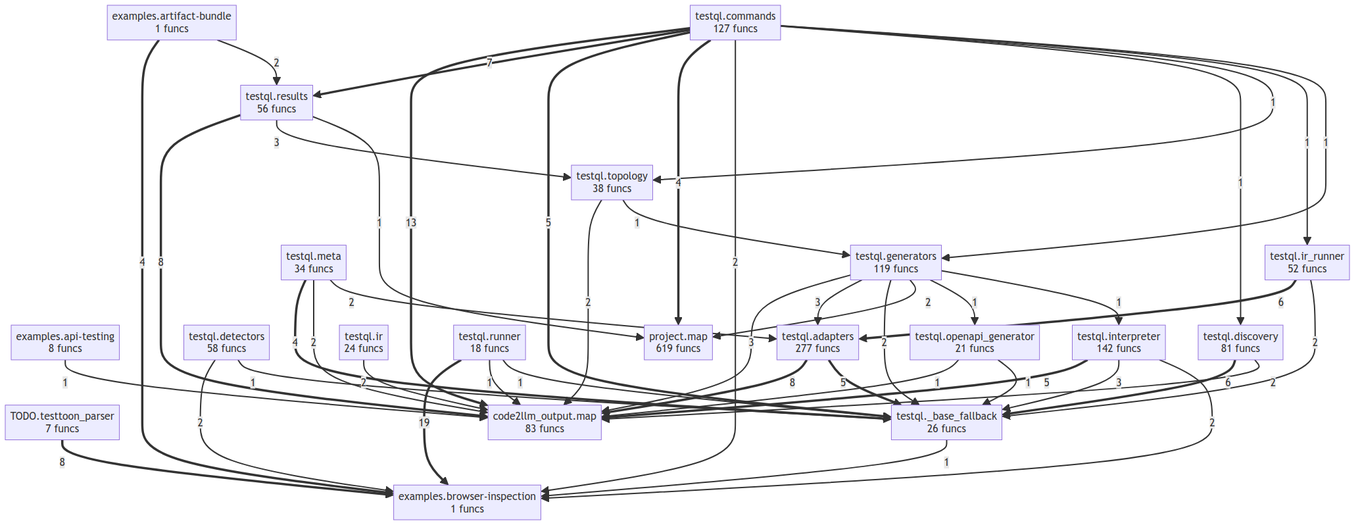
Earlier version of the Mermaid export project/compact_flow.png (oqlos/testql). Its source is kept beside it as project/compact_flow.mmd. The source it was exported from:
```mermaid
flowchart TD
    TODO__testtoon_parser["TODO.testtoon_parser<br/>7 funcs"]
    code2llm_output__map["code2llm_output.map<br/>83 funcs"]
    examples__api_testing["examples.api-testing<br/>8 funcs"]
    examples__artifact_bundle["examples.artifact-bundle<br/>1 funcs"]
    examples__browser_inspection["examples.browser-inspection<br/>1 funcs"]
    project__map["project.map<br/>619 funcs"]
    testql___base_fallback["testql._base_fallback<br/>26 funcs"]
    testql__adapters["testql.adapters<br/>277 funcs"]
    testql__commands["testql.commands<br/>127 funcs"]
    testql__detectors["testql.detectors<br/>58 funcs"]
    testql__discovery["testql.discovery<br/>81 funcs"]
    testql__generators["testql.generators<br/>119 funcs"]
    testql__interpreter["testql.interpreter<br/>142 funcs"]
    testql__ir["testql.ir<br/>24 funcs"]
    testql__ir_runner["testql.ir_runner<br/>52 funcs"]
    testql__meta["testql.meta<br/>34 funcs"]
    testql__openapi_generator["testql.openapi_generator<br/>21 funcs"]
    testql__results["testql.results<br/>56 funcs"]
    testql__runner["testql.runner<br/>18 funcs"]
    testql__topology["testql.topology<br/>38 funcs"]
    testql__runner ==>|19| examples__browser_inspection
    testql__commands ==>|13| code2llm_output__map
    TODO__testtoon_parser ==>|8| examples__browser_inspection
    testql__results ==>|8| code2llm_output__map
    testql__adapters ==>|8| code2llm_output__map
    testql__commands ==>|7| testql__results
    testql__discovery ==>|6| testql___base_fallback
    testql__ir_runner ==>|6| testql__adapters
    testql__commands ==>|5| testql___base_fallback
    testql__interpreter ==>|5| code2llm_output__map
    testql__adapters ==>|5| testql___base_fallback
    examples__artifact_bundle ==>|4| examples__browser_inspection
    testql__commands ==>|4| project__map
    testql__meta ==>|4| testql___base_fallback
    testql__interpreter -->|3| testql___base_fallback
    testql__results -->|3| testql__topology
    testql__generators -->|3| code2llm_output__map
    testql__generators -->|3| testql__adapters
    examples__artifact_bundle -->|2| testql__results
    testql__commands -->|2| examples__browser_inspection
    testql__interpreter -->|2| examples__browser_inspection
    testql__ir -->|2| code2llm_output__map
    testql__discovery -->|2| code2llm_output__map
    testql__generators -->|2| testql___base_fallback
    testql__generators -->|2| project__map
    testql__meta -->|2| code2llm_output__map
    testql__meta -->|2| testql__adapters
    testql__detectors -->|2| examples__browser_inspection
    testql__ir_runner -->|2| testql___base_fallback
    testql__topology -->|2| code2llm_output__map
    examples__api_testing -->|1| code2llm_output__map
    testql__runner -->|1| code2llm_output__map
    testql__runner -->|1| testql___base_fallback
    testql__openapi_generator -->|1| code2llm_output__map
    testql__openapi_generator -->|1| testql___base_fallback
    testql___base_fallback -->|1| examples__browser_inspection
    testql__commands -->|1| testql__discovery
    testql__commands -->|1| testql__topology
    testql__commands -->|1| testql__ir_runner
    testql__commands -->|1| testql__generators
    testql__results -->|1| project__map
    testql__generators -->|1| testql__openapi_generator
    testql__generators -->|1| testql__interpreter
    testql__detectors -->|1| testql___base_fallback
    testql__topology -->|1| testql__generators
```
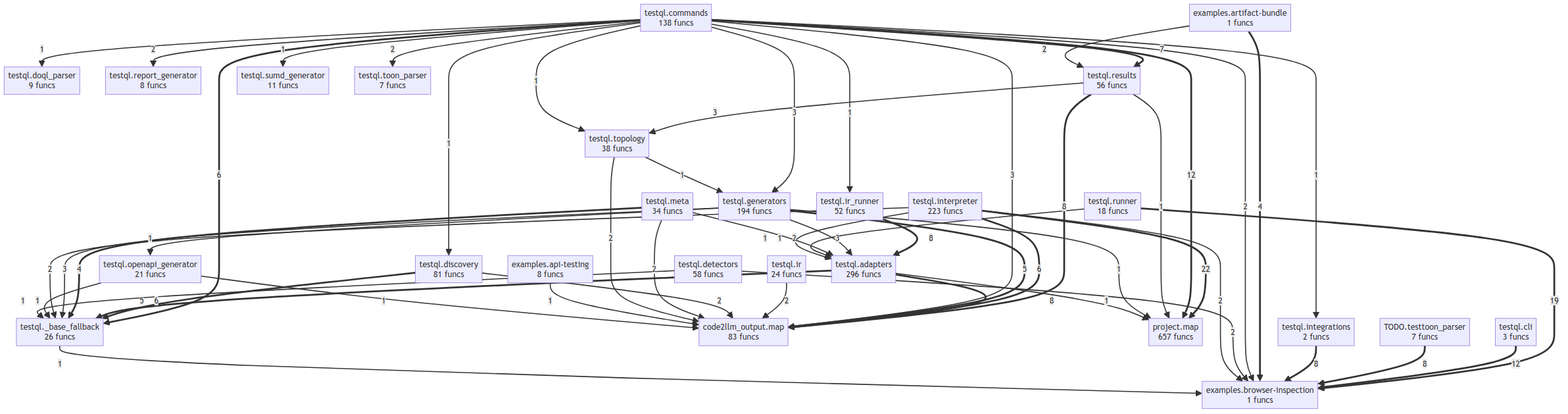
Above is the later version.

The edit, as a diff of the source:
```diff
@@ -4,63 +4,76 @@
     examples__api_testing["examples.api-testing<br/>8 funcs"]
     examples__artifact_bundle["examples.artifact-bundle<br/>1 funcs"]
     examples__browser_inspection["examples.browser-inspection<br/>1 funcs"]
-    project__map["project.map<br/>619 funcs"]
+    project__map["project.map<br/>657 funcs"]
     testql___base_fallback["testql._base_fallback<br/>26 funcs"]
-    testql__adapters["testql.adapters<br/>277 funcs"]
-    testql__commands["testql.commands<br/>127 funcs"]
+    testql__adapters["testql.adapters<br/>296 funcs"]
+    testql__cli["testql.cli<br/>3 funcs"]
+    testql__commands["testql.commands<br/>138 funcs"]
     testql__detectors["testql.detectors<br/>58 funcs"]
     testql__discovery["testql.discovery<br/>81 funcs"]
-    testql__generators["testql.generators<br/>119 funcs"]
-    testql__interpreter["testql.interpreter<br/>142 funcs"]
+    testql__doql_parser["testql.doql_parser<br/>9 funcs"]
+    testql__generators["testql.generators<br/>194 funcs"]
+    testql__integrations["testql.integrations<br/>2 funcs"]
+    testql__interpreter["testql.interpreter<br/>223 funcs"]
     testql__ir["testql.ir<br/>24 funcs"]
     testql__ir_runner["testql.ir_runner<br/>52 funcs"]
     testql__meta["testql.meta<br/>34 funcs"]
     testql__openapi_generator["testql.openapi_generator<br/>21 funcs"]
+    testql__report_generator["testql.report_generator<br/>8 funcs"]
     testql__results["testql.results<br/>56 funcs"]
     testql__runner["testql.runner<br/>18 funcs"]
+    testql__sumd_generator["testql.sumd_generator<br/>11 funcs"]
+    testql__toon_parser["testql.toon_parser<br/>7 funcs"]
     testql__topology["testql.topology<br/>38 funcs"]
+    testql__interpreter ==>|22| project__map
     testql__runner ==>|19| examples__browser_inspection
-    testql__commands ==>|13| code2llm_output__map
+    testql__commands ==>|12| project__map
+    testql__cli ==>|12| examples__browser_inspection
     TODO__testtoon_parser ==>|8| examples__browser_inspection
     testql__results ==>|8| code2llm_output__map
     testql__adapters ==>|8| code2llm_output__map
+    testql__integrations ==>|8| examples__browser_inspection
+    testql__ir_runner ==>|8| testql__adapters
     testql__commands ==>|7| testql__results
+    testql__commands ==>|6| testql___base_fallback
     testql__discovery ==>|6| testql___base_fallback
-    testql__ir_runner ==>|6| testql__adapters
-    testql__commands ==>|5| testql___base_fallback
-    testql__interpreter ==>|5| code2llm_output__map
+    testql__interpreter ==>|6| code2llm_output__map
+    testql__generators ==>|5| code2llm_output__map
     testql__adapters ==>|5| testql___base_fallback
     examples__artifact_bundle ==>|4| examples__browser_inspection
-    testql__commands ==>|4| project__map
     testql__meta ==>|4| testql___base_fallback
-    testql__interpreter -->|3| testql___base_fallback
+    testql__commands -->|3| testql__generators
+    testql__commands -->|3| code2llm_output__map
     testql__results -->|3| testql__topology
-    testql__generators -->|3| code2llm_output__map
+    testql__generators -->|3| testql___base_fallback
     testql__generators -->|3| testql__adapters
     examples__artifact_bundle -->|2| testql__results
+    testql__commands -->|2| testql__report_generator
+    testql__commands -->|2| testql__toon_parser
     testql__commands -->|2| examples__browser_inspection
-    testql__interpreter -->|2| examples__browser_inspection
     testql__ir -->|2| code2llm_output__map
     testql__discovery -->|2| code2llm_output__map
-    testql__generators -->|2| testql___base_fallback
-    testql__generators -->|2| project__map
     testql__meta -->|2| code2llm_output__map
     testql__meta -->|2| testql__adapters
     testql__detectors -->|2| examples__browser_inspection
-    testql__ir_runner -->|2| testql___base_fallback
     testql__topology -->|2| code2llm_output__map
+    testql__interpreter -->|2| testql___base_fallback
+    testql__interpreter -->|2| examples__browser_inspection
     examples__api_testing -->|1| code2llm_output__map
-    testql__runner -->|1| code2llm_output__map
-    testql__runner -->|1| testql___base_fallback
+    testql__runner -->|1| testql__adapters
     testql__openapi_generator -->|1| code2llm_output__map
     testql__openapi_generator -->|1| testql___base_fallback
-    testql___base_fallback -->|1| examples__browser_inspection
     testql__commands -->|1| testql__discovery
     testql__commands -->|1| testql__topology
     testql__commands -->|1| testql__ir_runner
-    testql__commands -->|1| testql__generators
+    testql__commands -->|1| testql__doql_parser
+    testql__commands -->|1| testql__sumd_generator
     testql__results -->|1| project__map
     testql__generators -->|1| testql__openapi_generator
-    testql__generators -->|1| testql__interpreter
+    testql__generators -->|1| project__map
     testql__detectors -->|1| testql___base_fallback
     testql__topology -->|1| testql__generators
+    testql__commands -->|1| testql__integrations
+    testql__adapters -->|1| project__map
+    testql__interpreter -->|1| testql__adapters
+    testql___base_fallback -->|1| examples__browser_inspection
```
